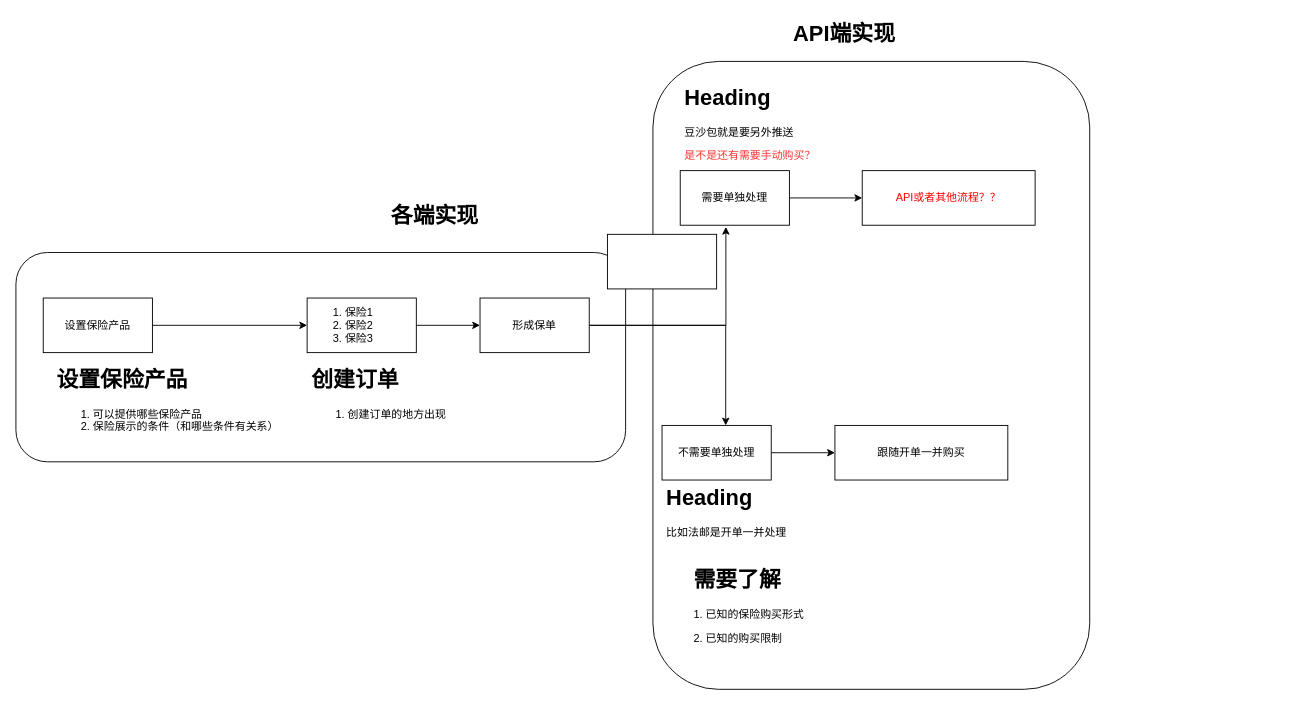
This is Edockey/Insurance.drawio from maclxf/ProjectDraw, a draw.io file, before an edit. Source tidied: cells renumbered, new cells numbered last; positions are measured from the earlier drawing's top-left corner, leaving out a move shared by most shapes. Both pictures are drawn from the tidied source at 91%, with x=0, y=0 at pixel (15, 15).
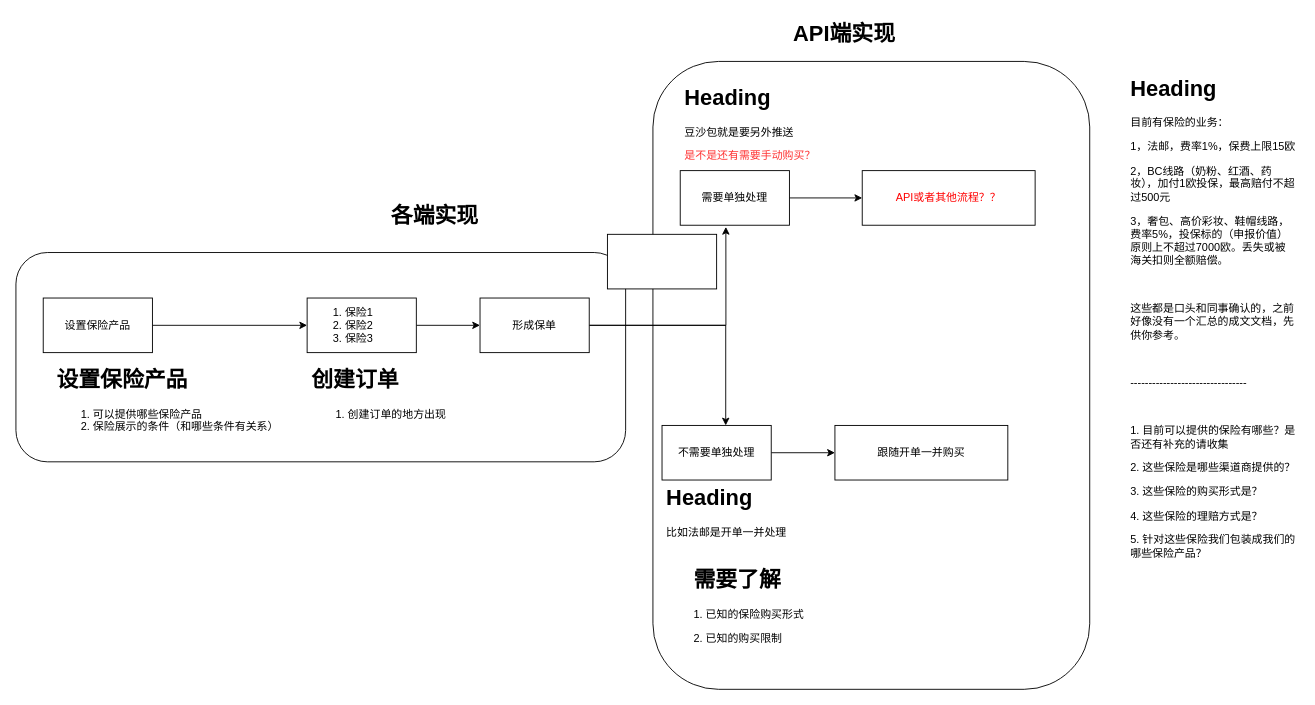
The same page after the edit.

The edit, as a diff of the source:
```diff
@@
+    <mxCell id="25" value="&lt;h1&gt;Heading&lt;/h1&gt;&lt;p&gt;&lt;span&gt;目前有保险的业务：&lt;/span&gt;&lt;/p&gt;&lt;p&gt;1，法邮，费率1%，保费上限15欧&lt;/p&gt;&lt;p&gt;2，BC线路（奶粉、红酒、药妆），加付1欧投保，最高赔付不超过500元&lt;/p&gt;&lt;p&gt;3，奢包、高价彩妆、鞋帽线路，费率5%，投保标的（申报价值）原则上不超过7000欧。丢失或被海关扣则全额赔偿。&lt;/p&gt;&lt;p&gt;&lt;br&gt;&lt;/p&gt;&lt;p&gt;这些都是口头和同事确认的，之前好像没有一个汇总的成文文档，先供你参考。&lt;/p&gt;&lt;p&gt;&lt;br&gt;&lt;/p&gt;&lt;p&gt;----&lt;span&gt;----&lt;/span&gt;&lt;span&gt;----&lt;/span&gt;&lt;span&gt;----&lt;/span&gt;&lt;span&gt;----&lt;/span&gt;&lt;span&gt;----&lt;/span&gt;&lt;span&gt;----&lt;/span&gt;&lt;span&gt;----&lt;/span&gt;&lt;/p&gt;&lt;div&gt;&lt;br&gt;&lt;/div&gt;&lt;p&gt;&lt;span&gt;1. 目前可以提供的保险有哪些？是否还有补充的请收集&lt;/span&gt;&lt;/p&gt;&lt;p&gt;2. 这些保险是哪些渠道商提供的？&lt;/p&gt;&lt;p&gt;3. 这些保险的购买形式是？&lt;/p&gt;&lt;p&gt;4. 这些保险的理赔方式是？&lt;/p&gt;&lt;p&gt;5. 针对这些保险我们包装成我们的哪些保险产品？&lt;/p&gt;&lt;div&gt;&lt;br&gt;&lt;/div&gt;" style="text;html=1;strokeColor=none;fillColor=none;spacing=5;spacingTop=-20;whiteSpace=wrap;overflow=hidden;rounded=0;align=left;" parent="1" vertex="1">
+      <mxGeometry x="1220" y="60" width="190" height="590" as="geometry" />
+    </mxCell>
```
